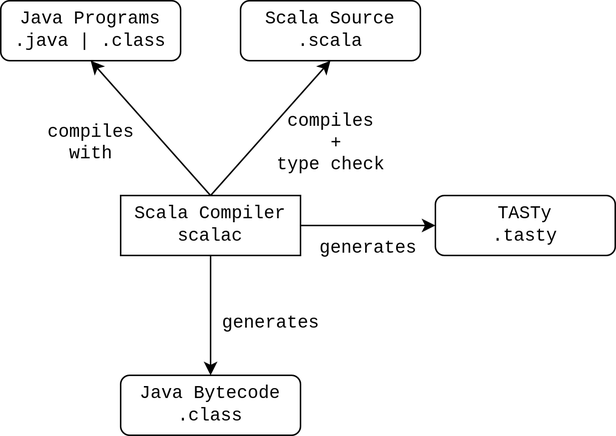
jmesyou/mmath-thesis keeps this draw.io diagram as figures/scala-pipeline.png. Above is the earlier version. Source tidied: cells renumbered, new cells last; positions are measured from the earlier drawing's top-left corner, leaving out a move shared by most shapes. The source it was exported from:
```xml
<mxGraphModel>
  <root>
    <mxCell id="0" />
    <mxCell id="1" parent="0" />
    <mxCell id="2" value="&lt;div&gt;&lt;font face=&quot;Courier New&quot;&gt;Scala Source&lt;/font&gt;&lt;/div&gt;&lt;div&gt;&lt;font face=&quot;Courier New&quot;&gt;.scala&lt;br&gt;&lt;/font&gt;&lt;/div&gt;" style="rounded=1;whiteSpace=wrap;html=1;" parent="1" vertex="1">
      <mxGeometry x="160" width="120" height="40" as="geometry" />
    </mxCell>
    <mxCell id="3" value="&lt;div&gt;&lt;font face=&quot;Courier New&quot;&gt;TASTy&lt;br&gt;&lt;/font&gt;&lt;/div&gt;&lt;div&gt;&lt;font face=&quot;Courier New&quot;&gt;.tasty&lt;br&gt;&lt;/font&gt;&lt;/div&gt;" style="rounded=1;whiteSpace=wrap;html=1;" parent="1" vertex="1">
      <mxGeometry x="290" y="130" width="120" height="40" as="geometry" />
    </mxCell>
    <mxCell id="4" value="&lt;div&gt;&lt;font face=&quot;Courier New&quot;&gt;Java Programs&lt;br&gt;&lt;/font&gt;&lt;/div&gt;&lt;div&gt;&lt;font face=&quot;Courier New&quot;&gt;.java | .class&lt;br&gt;&lt;/font&gt;&lt;/div&gt;" style="rounded=1;whiteSpace=wrap;html=1;" parent="1" vertex="1">
      <mxGeometry width="120" height="40" as="geometry" />
    </mxCell>
    <mxCell id="5" value="&lt;div&gt;&lt;font face=&quot;Courier New&quot;&gt;Java Bytecode&lt;br&gt;&lt;/font&gt;&lt;/div&gt;&lt;div&gt;&lt;font face=&quot;Courier New&quot;&gt;.class&lt;br&gt;&lt;/font&gt;&lt;/div&gt;" style="rounded=1;whiteSpace=wrap;html=1;" parent="1" vertex="1">
      <mxGeometry x="80" y="250" width="120" height="40" as="geometry" />
    </mxCell>
    <mxCell id="6" style="edgeStyle=orthogonalEdgeStyle;rounded=0;jettySize=auto;html=1;exitX=0.5;exitY=1;exitDx=0;exitDy=0;entryX=0.5;entryY=0;entryDx=0;entryDy=0;fontFamily=Courier New;labelPosition=right;verticalLabelPosition=middle;align=left;verticalAlign=middle;" parent="1" edge="1" source="10" target="5">
      <mxGeometry relative="1" as="geometry" />
    </mxCell>
    <mxCell id="7" style="rounded=0;jettySize=auto;html=1;exitX=0.5;exitY=0;exitDx=0;exitDy=0;entryX=0.5;entryY=1;entryDx=0;entryDy=0;fontFamily=Courier New;" parent="1" edge="1" source="10" target="4">
      <mxGeometry relative="1" as="geometry" />
    </mxCell>
    <mxCell id="8" style="edgeStyle=none;rounded=0;jettySize=auto;html=1;exitX=0.5;exitY=0;exitDx=0;exitDy=0;entryX=0.5;entryY=1;entryDx=0;entryDy=0;fontFamily=Courier New;" parent="1" edge="1" source="10" target="2">
      <mxGeometry relative="1" as="geometry" />
    </mxCell>
    <mxCell id="9" style="edgeStyle=none;rounded=0;jettySize=auto;html=1;exitX=1;exitY=0.5;exitDx=0;exitDy=0;entryX=0;entryY=0.5;entryDx=0;entryDy=0;fontFamily=Courier New;" parent="1" edge="1" source="10" target="3">
      <mxGeometry relative="1" as="geometry" />
    </mxCell>
    <mxCell id="10" value="&lt;div&gt;&lt;font face=&quot;Courier New&quot;&gt;Scala Compiler&lt;br&gt;&lt;/font&gt;&lt;/div&gt;&lt;div&gt;&lt;font face=&quot;Courier New&quot;&gt;scalac&lt;/font&gt;&lt;br&gt;&lt;/div&gt;" style="rounded=0;whiteSpace=wrap;html=1;" parent="1" vertex="1">
      <mxGeometry x="80" y="130" width="120" height="40" as="geometry" />
    </mxCell>
    <mxCell id="11" value="&lt;div&gt;generates&lt;/div&gt;" style="text;html=1;align=center;verticalAlign=middle;fillColor=none;strokeColor=none;rounded=0;fontFamily=Courier New;" parent="1" vertex="1">
      <mxGeometry x="135" y="200" width="90" height="30" as="geometry" />
    </mxCell>
    <mxCell id="12" value="&lt;div&gt;compiles&lt;/div&gt;&lt;div&gt;&amp;nbsp;+ &lt;br&gt;&lt;/div&gt;&lt;div&gt;type check&lt;/div&gt;" style="text;html=1;align=center;verticalAlign=middle;fillColor=none;strokeColor=none;rounded=0;fontFamily=Courier New;" parent="1" vertex="1">
      <mxGeometry x="170" y="65" width="100" height="60" as="geometry" />
    </mxCell>
    <mxCell id="13" value="&lt;div&gt;compiles&lt;/div&gt;&lt;div&gt;with&lt;br&gt;&lt;/div&gt;" style="text;html=1;align=center;verticalAlign=middle;fillColor=none;strokeColor=none;rounded=0;fontFamily=Courier New;" parent="1" vertex="1">
      <mxGeometry x="20" y="75" width="80" height="40" as="geometry" />
    </mxCell>
    <mxCell id="14" value="&lt;div&gt;generates&lt;/div&gt;" style="text;html=1;align=center;verticalAlign=middle;fillColor=none;strokeColor=none;rounded=0;fontFamily=Courier New;" parent="1" vertex="1">
      <mxGeometry x="200" y="150" width="90" height="30" as="geometry" />
    </mxCell>
  </root>
</mxGraphModel>
```
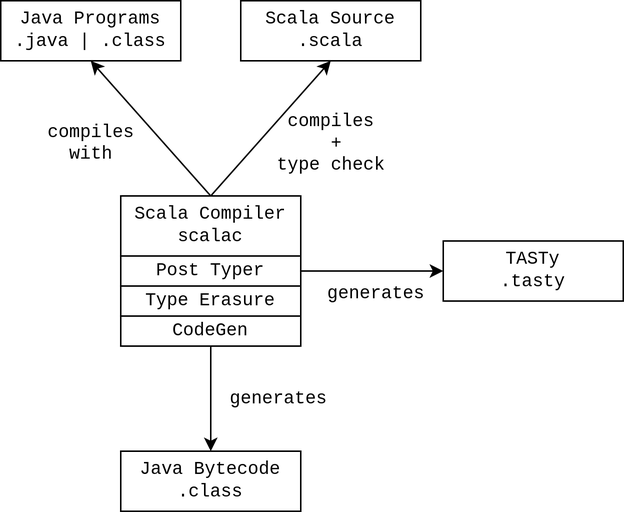
The same diagram one commit later.

The edit, as a diff of the source:
```diff
@@ -2,19 +2,19 @@
   <root>
     <mxCell id="0" />
     <mxCell id="1" parent="0" />
-    <mxCell id="2" value="&lt;div&gt;&lt;font face=&quot;Courier New&quot;&gt;Scala Source&lt;/font&gt;&lt;/div&gt;&lt;div&gt;&lt;font face=&quot;Courier New&quot;&gt;.scala&lt;br&gt;&lt;/font&gt;&lt;/div&gt;" style="rounded=1;whiteSpace=wrap;html=1;" parent="1" vertex="1">
+    <mxCell id="2" value="&lt;div&gt;&lt;font face=&quot;Courier New&quot;&gt;Scala Source&lt;/font&gt;&lt;/div&gt;&lt;div&gt;&lt;font face=&quot;Courier New&quot;&gt;.scala&lt;br&gt;&lt;/font&gt;&lt;/div&gt;" style="rounded=0;whiteSpace=wrap;html=1;" parent="1" vertex="1">
       <mxGeometry x="160" width="120" height="40" as="geometry" />
     </mxCell>
-    <mxCell id="3" value="&lt;div&gt;&lt;font face=&quot;Courier New&quot;&gt;TASTy&lt;br&gt;&lt;/font&gt;&lt;/div&gt;&lt;div&gt;&lt;font face=&quot;Courier New&quot;&gt;.tasty&lt;br&gt;&lt;/font&gt;&lt;/div&gt;" style="rounded=1;whiteSpace=wrap;html=1;" parent="1" vertex="1">
-      <mxGeometry x="290" y="130" width="120" height="40" as="geometry" />
+    <mxCell id="3" value="&lt;div&gt;&lt;font face=&quot;Courier New&quot;&gt;TASTy&lt;br&gt;&lt;/font&gt;&lt;/div&gt;&lt;div&gt;&lt;font face=&quot;Courier New&quot;&gt;.tasty&lt;br&gt;&lt;/font&gt;&lt;/div&gt;" style="rounded=0;whiteSpace=wrap;html=1;" parent="1" vertex="1">
+      <mxGeometry x="295" y="160" width="120" height="40" as="geometry" />
     </mxCell>
-    <mxCell id="4" value="&lt;div&gt;&lt;font face=&quot;Courier New&quot;&gt;Java Programs&lt;br&gt;&lt;/font&gt;&lt;/div&gt;&lt;div&gt;&lt;font face=&quot;Courier New&quot;&gt;.java | .class&lt;br&gt;&lt;/font&gt;&lt;/div&gt;" style="rounded=1;whiteSpace=wrap;html=1;" parent="1" vertex="1">
+    <mxCell id="4" value="&lt;div&gt;&lt;font face=&quot;Courier New&quot;&gt;Java Programs&lt;br&gt;&lt;/font&gt;&lt;/div&gt;&lt;div&gt;&lt;font face=&quot;Courier New&quot;&gt;.java | .class&lt;br&gt;&lt;/font&gt;&lt;/div&gt;" style="rounded=0;whiteSpace=wrap;html=1;" parent="1" vertex="1">
       <mxGeometry width="120" height="40" as="geometry" />
     </mxCell>
-    <mxCell id="5" value="&lt;div&gt;&lt;font face=&quot;Courier New&quot;&gt;Java Bytecode&lt;br&gt;&lt;/font&gt;&lt;/div&gt;&lt;div&gt;&lt;font face=&quot;Courier New&quot;&gt;.class&lt;br&gt;&lt;/font&gt;&lt;/div&gt;" style="rounded=1;whiteSpace=wrap;html=1;" parent="1" vertex="1">
-      <mxGeometry x="80" y="250" width="120" height="40" as="geometry" />
+    <mxCell id="5" value="&lt;div&gt;&lt;font face=&quot;Courier New&quot;&gt;Java Bytecode&lt;br&gt;&lt;/font&gt;&lt;/div&gt;&lt;div&gt;&lt;font face=&quot;Courier New&quot;&gt;.class&lt;br&gt;&lt;/font&gt;&lt;/div&gt;" style="rounded=0;whiteSpace=wrap;html=1;" parent="1" vertex="1">
+      <mxGeometry x="80" y="300" width="120" height="40" as="geometry" />
     </mxCell>
-    <mxCell id="6" style="edgeStyle=orthogonalEdgeStyle;rounded=0;jettySize=auto;html=1;exitX=0.5;exitY=1;exitDx=0;exitDy=0;entryX=0.5;entryY=0;entryDx=0;entryDy=0;fontFamily=Courier New;labelPosition=right;verticalLabelPosition=middle;align=left;verticalAlign=middle;" parent="1" edge="1" source="10" target="5">
+    <mxCell id="6" style="edgeStyle=orthogonalEdgeStyle;rounded=0;jettySize=auto;html=1;entryX=0.5;entryY=0;entryDx=0;entryDy=0;fontFamily=Courier New;labelPosition=right;verticalLabelPosition=middle;align=left;verticalAlign=middle;exitX=0.5;exitY=1;exitDx=0;exitDy=0;" parent="1" edge="1" source="17" target="5">
       <mxGeometry relative="1" as="geometry" />
     </mxCell>
     <mxCell id="7" style="rounded=0;jettySize=auto;html=1;exitX=0.5;exitY=0;exitDx=0;exitDy=0;entryX=0.5;entryY=1;entryDx=0;entryDy=0;fontFamily=Courier New;" parent="1" edge="1" source="10" target="4">
@@ -23,14 +23,14 @@
     <mxCell id="8" style="edgeStyle=none;rounded=0;jettySize=auto;html=1;exitX=0.5;exitY=0;exitDx=0;exitDy=0;entryX=0.5;entryY=1;entryDx=0;entryDy=0;fontFamily=Courier New;" parent="1" edge="1" source="10" target="2">
       <mxGeometry relative="1" as="geometry" />
     </mxCell>
-    <mxCell id="9" style="edgeStyle=none;rounded=0;jettySize=auto;html=1;exitX=1;exitY=0.5;exitDx=0;exitDy=0;entryX=0;entryY=0.5;entryDx=0;entryDy=0;fontFamily=Courier New;" parent="1" edge="1" source="10" target="3">
+    <mxCell id="9" style="edgeStyle=none;rounded=0;jettySize=auto;html=1;exitX=1;exitY=0.5;exitDx=0;exitDy=0;entryX=0;entryY=0.5;entryDx=0;entryDy=0;fontFamily=Courier New;" parent="1" edge="1" source="15" target="3">
       <mxGeometry relative="1" as="geometry" />
     </mxCell>
     <mxCell id="10" value="&lt;div&gt;&lt;font face=&quot;Courier New&quot;&gt;Scala Compiler&lt;br&gt;&lt;/font&gt;&lt;/div&gt;&lt;div&gt;&lt;font face=&quot;Courier New&quot;&gt;scalac&lt;/font&gt;&lt;br&gt;&lt;/div&gt;" style="rounded=0;whiteSpace=wrap;html=1;" parent="1" vertex="1">
       <mxGeometry x="80" y="130" width="120" height="40" as="geometry" />
     </mxCell>
     <mxCell id="11" value="&lt;div&gt;generates&lt;/div&gt;" style="text;html=1;align=center;verticalAlign=middle;fillColor=none;strokeColor=none;rounded=0;fontFamily=Courier New;" parent="1" vertex="1">
-      <mxGeometry x="135" y="200" width="90" height="30" as="geometry" />
+      <mxGeometry x="140" y="250" width="90" height="30" as="geometry" />
     </mxCell>
     <mxCell id="12" value="&lt;div&gt;compiles&lt;/div&gt;&lt;div&gt;&amp;nbsp;+ &lt;br&gt;&lt;/div&gt;&lt;div&gt;type check&lt;/div&gt;" style="text;html=1;align=center;verticalAlign=middle;fillColor=none;strokeColor=none;rounded=0;fontFamily=Courier New;" parent="1" vertex="1">
       <mxGeometry x="170" y="65" width="100" height="60" as="geometry" />
@@ -39,7 +39,16 @@
       <mxGeometry x="20" y="75" width="80" height="40" as="geometry" />
     </mxCell>
     <mxCell id="14" value="&lt;div&gt;generates&lt;/div&gt;" style="text;html=1;align=center;verticalAlign=middle;fillColor=none;strokeColor=none;rounded=0;fontFamily=Courier New;" parent="1" vertex="1">
-      <mxGeometry x="200" y="150" width="90" height="30" as="geometry" />
+      <mxGeometry x="205" y="180" width="90" height="30" as="geometry" />
     </mxCell>
+    <mxCell id="15" value="&lt;font face=&quot;Courier New&quot;&gt;Post Typer&lt;/font&gt;" style="rounded=0;whiteSpace=wrap;html=1;" parent="1" vertex="1">
+      <mxGeometry x="80" y="170" width="120" height="20" as="geometry" />
+    </mxCell>
+    <mxCell id="16" value="&lt;font face=&quot;Courier New&quot;&gt;Type Erasure&lt;/font&gt;" style="rounded=0;whiteSpace=wrap;html=1;" parent="1" vertex="1">
+      <mxGeometry x="80" y="190" width="120" height="20" as="geometry" />
+    </mxCell>
+    <mxCell id="17" value="&lt;font face=&quot;Courier New&quot;&gt;CodeGen&lt;/font&gt;" style="rounded=0;whiteSpace=wrap;html=1;" parent="1" vertex="1">
+      <mxGeometry x="80" y="210" width="120" height="20" as="geometry" />
+    </mxCell>
   </root>
 </mxGraphModel>
```
